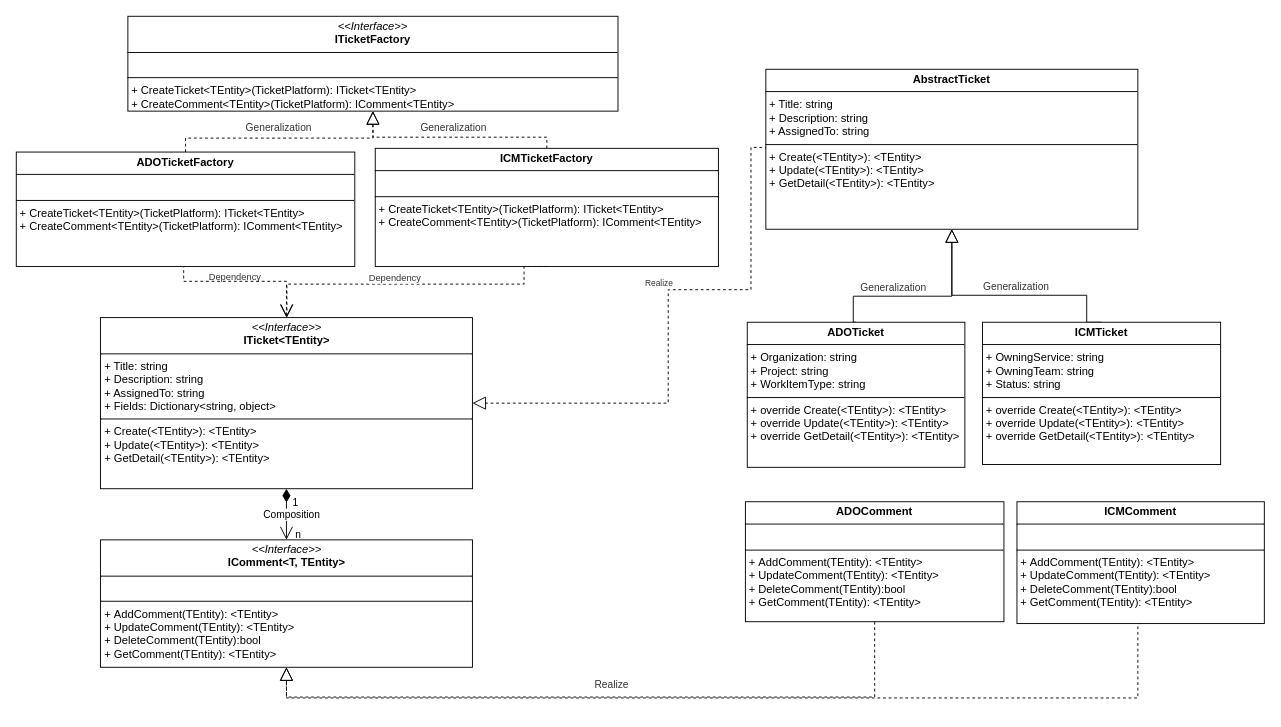
This is page "Page-10" (10 of 11) of 2.drawio from hy986/Repo_0110, a draw.io file, before an edit. Source tidied: cells renumbered, new cells numbered last; positions are measured from the earlier drawing's top-left corner, leaving out a move shared by most shapes. Both pictures are drawn from the tidied source at 93%, with x=0, y=0 at pixel (16, 16).
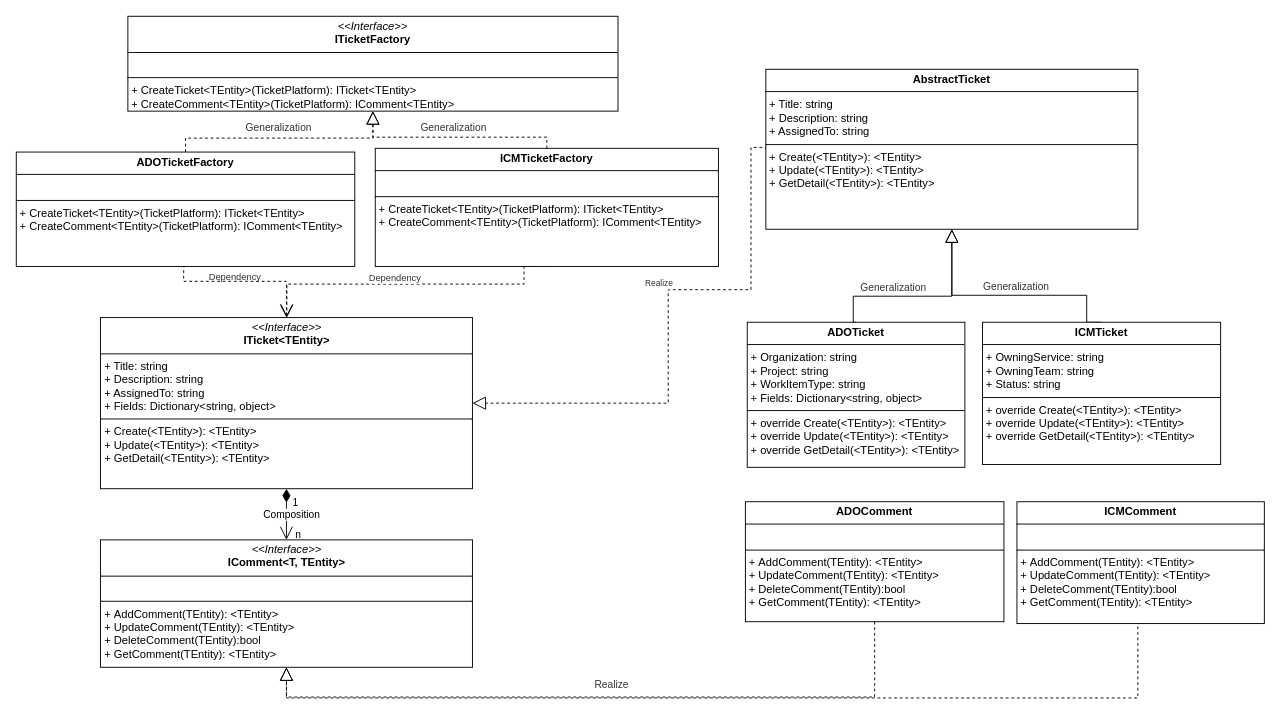
The same page after the edit.

Diff of the diagram source:
```diff
@@
-    <mxCell id="12" value="&lt;p style=&quot;margin:0px;margin-top:4px;text-align:center;&quot;&gt;&lt;b&gt;ADOTicket&lt;/b&gt;&lt;/p&gt;&lt;hr size=&quot;1&quot; style=&quot;border-style:solid;&quot;&gt;&lt;p style=&quot;margin: 0px 0px 0px 4px;&quot;&gt;+ Organization: string&lt;/p&gt;&lt;p style=&quot;margin: 0px 0px 0px 4px;&quot;&gt;+ Project: string&lt;/p&gt;&lt;p style=&quot;margin: 0px 0px 0px 4px;&quot;&gt;+ WorkItemType: string&lt;/p&gt;&lt;hr size=&quot;1&quot; style=&quot;border-style:solid;&quot;&gt;&lt;p style=&quot;margin: 0px 0px 0px 4px;&quot;&gt;+ override Create(&amp;lt;&lt;span style=&quot;text-align: center;&quot;&gt;TEntity&lt;/span&gt;&amp;gt;&lt;span style=&quot;background-color: initial;&quot;&gt;): &amp;lt;&lt;/span&gt;&lt;span style=&quot;text-align: center;&quot;&gt;TEntity&lt;/span&gt;&lt;span style=&quot;background-color: initial;&quot;&gt;&amp;gt;&lt;/span&gt;&lt;/p&gt;&lt;p style=&quot;margin: 0px 0px 0px 4px;&quot;&gt;+ override Update(&amp;lt;&lt;span style=&quot;text-align: center;&quot;&gt;TEntity&lt;/span&gt;&amp;gt;):&amp;nbsp;&lt;span style=&quot;background-color: initial;&quot;&gt;&amp;lt;&lt;/span&gt;&lt;span style=&quot;text-align: center;&quot;&gt;TEntity&lt;/span&gt;&lt;span style=&quot;background-color: initial;&quot;&gt;&amp;gt;&lt;/span&gt;&lt;/p&gt;&lt;p style=&quot;margin: 0px 0px 0px 4px;&quot;&gt;+ override GetDetail(&lt;span style=&quot;background-color: initial;&quot;&gt;&amp;lt;&lt;/span&gt;TEntity&lt;span style=&quot;background-color: initial;&quot;&gt;&amp;gt;&lt;/span&gt;&lt;span style=&quot;background-color: initial;&quot;&gt;): &amp;lt;&lt;/span&gt;&lt;span style=&quot;text-align: center;&quot;&gt;TEntity&lt;/span&gt;&lt;span style=&quot;background-color: initial;&quot;&gt;&amp;gt;&lt;/span&gt;&lt;/p&gt;" style="verticalAlign=top;align=left;overflow=fill;html=1;whiteSpace=wrap;" parent="1" vertex="1">
+    <mxCell id="12" value="&lt;p style=&quot;margin:0px;margin-top:4px;text-align:center;&quot;&gt;&lt;b&gt;ADOTicket&lt;/b&gt;&lt;/p&gt;&lt;hr size=&quot;1&quot; style=&quot;border-style:solid;&quot;&gt;&lt;p style=&quot;margin: 0px 0px 0px 4px;&quot;&gt;+ Organization: string&lt;/p&gt;&lt;p style=&quot;margin: 0px 0px 0px 4px;&quot;&gt;+ Project: string&lt;/p&gt;&lt;p style=&quot;margin: 0px 0px 0px 4px;&quot;&gt;+ WorkItemType: string&lt;br&gt;+ Fields: Dictionary&amp;lt;string, object&amp;gt;&lt;/p&gt;&lt;hr size=&quot;1&quot; style=&quot;border-style:solid;&quot;&gt;&lt;p style=&quot;margin: 0px 0px 0px 4px;&quot;&gt;+ override Create(&amp;lt;&lt;span style=&quot;text-align: center;&quot;&gt;TEntity&lt;/span&gt;&amp;gt;&lt;span style=&quot;background-color: initial;&quot;&gt;): &amp;lt;&lt;/span&gt;&lt;span style=&quot;text-align: center;&quot;&gt;TEntity&lt;/span&gt;&lt;span style=&quot;background-color: initial;&quot;&gt;&amp;gt;&lt;/span&gt;&lt;/p&gt;&lt;p style=&quot;margin: 0px 0px 0px 4px;&quot;&gt;+ override Update(&amp;lt;&lt;span style=&quot;text-align: center;&quot;&gt;TEntity&lt;/span&gt;&amp;gt;):&amp;nbsp;&lt;span style=&quot;background-color: initial;&quot;&gt;&amp;lt;&lt;/span&gt;&lt;span style=&quot;text-align: center;&quot;&gt;TEntity&lt;/span&gt;&lt;span style=&quot;background-color: initial;&quot;&gt;&amp;gt;&lt;/span&gt;&lt;/p&gt;&lt;p style=&quot;margin: 0px 0px 0px 4px;&quot;&gt;+ override GetDetail(&lt;span style=&quot;background-color: initial;&quot;&gt;&amp;lt;&lt;/span&gt;TEntity&lt;span style=&quot;background-color: initial;&quot;&gt;&amp;gt;&lt;/span&gt;&lt;span style=&quot;background-color: initial;&quot;&gt;): &amp;lt;&lt;/span&gt;&lt;span style=&quot;text-align: center;&quot;&gt;TEntity&lt;/span&gt;&lt;span style=&quot;background-color: initial;&quot;&gt;&amp;gt;&lt;/span&gt;&lt;/p&gt;" style="verticalAlign=top;align=left;overflow=fill;html=1;whiteSpace=wrap;" parent="1" vertex="1">
       <mxGeometry x="786" y="329" width="234" height="156" as="geometry" />
     </mxCell>
```
